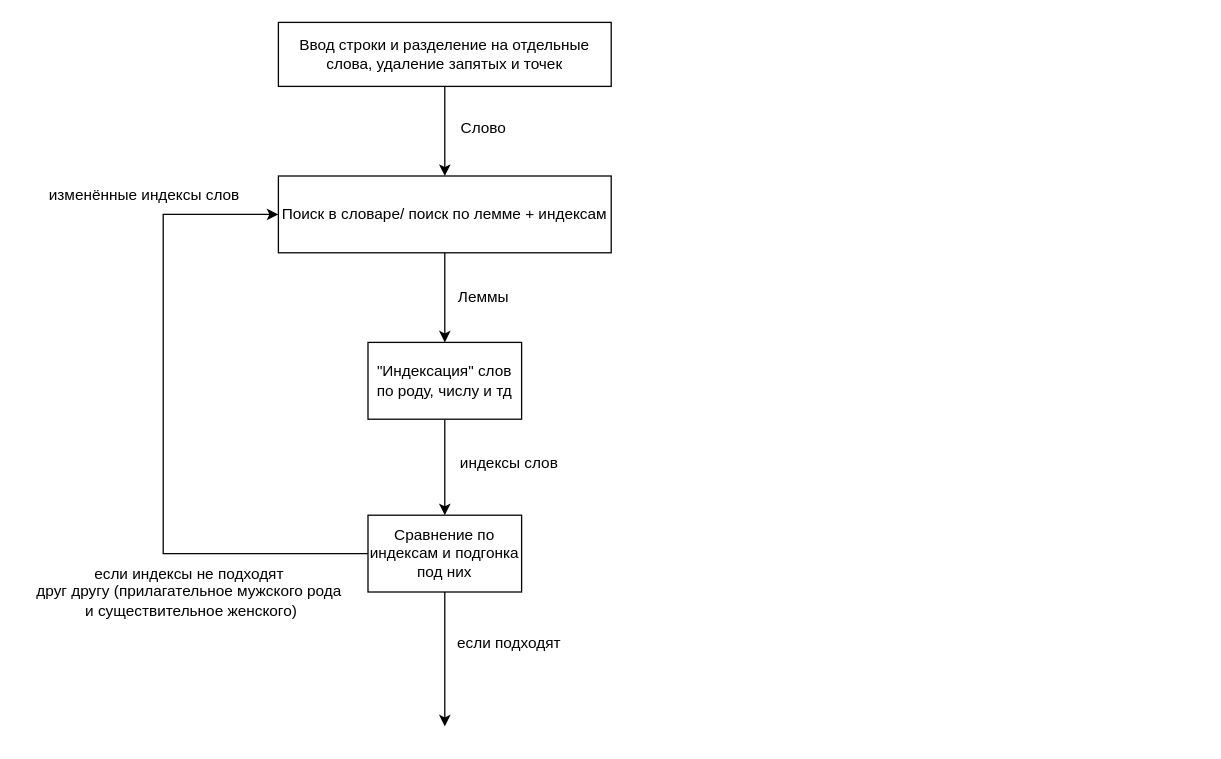
The draw.io diagram Lemmatizer.drawio in vdhudenkih/Diagrams, before the edit. Source tidied: cells renumbered, new cells numbered last; positions are measured from the earlier drawing's top-left corner, leaving out a move shared by most shapes. Both pictures are drawn from the tidied source at 128%, with x=0, y=0 at pixel (22, 22).
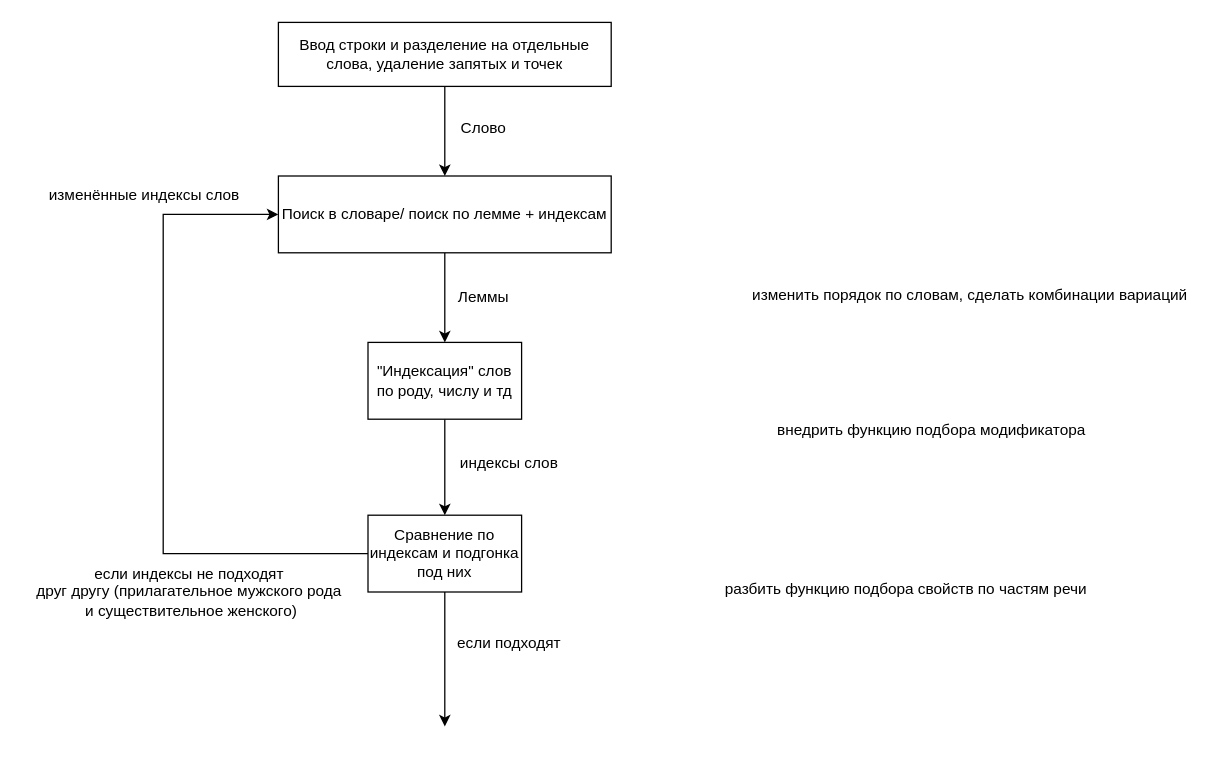
Above is the later version.

Change to the diagram source:
```diff
@@
+    <mxCell id="17" value="изменить порядок по словам, сделать комбинации вариаций&lt;div&gt;&lt;br&gt;&lt;/div&gt;" style="text;html=1;align=center;verticalAlign=middle;strokeColor=none;fillColor=none;" parent="1" vertex="1">
+      <mxGeometry x="560" y="200" width="360" height="40" as="geometry" />
+    </mxCell>
+    <mxCell id="18" value="внедрить функцию подбора модификатора&lt;div&gt;&lt;br&gt;&lt;/div&gt;&lt;div&gt;&lt;br&gt;&lt;/div&gt;" style="text;html=1;align=center;verticalAlign=middle;strokeColor=none;fillColor=none;" parent="1" vertex="1">
+      <mxGeometry x="580" y="303" width="260" height="60" as="geometry" />
+    </mxCell>
+    <mxCell id="19" value="разбить функцию подбора свойств по частям речи" style="text;html=1;align=center;verticalAlign=middle;strokeColor=none;fillColor=none;" parent="1" vertex="1">
+      <mxGeometry x="535" y="428" width="310" height="30" as="geometry" />
+    </mxCell>
```
